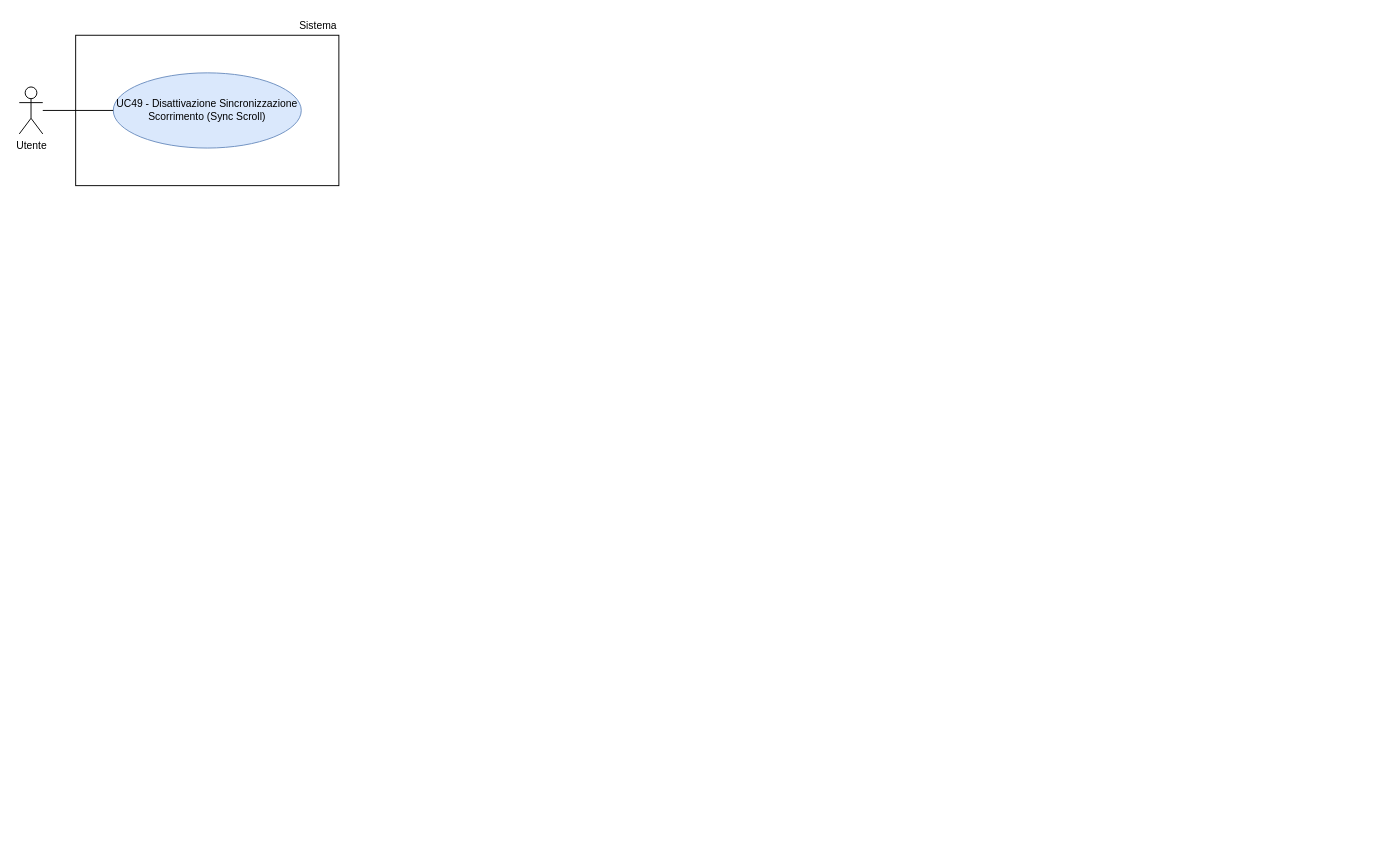
This is RTB/doc_esterna/analisi-dei-requisiti/assets/draw.io/UC49.drawio from thebitless-group-swe/thebitless.github.io, a draw.io file, before an edit. Source tidied: cells renumbered, new cells numbered last; positions are measured from the earlier drawing's top-left corner, leaving out a move shared by most shapes. Both pictures are drawn from the tidied source at 94%, with x=0, y=0 at pixel (19, 16).
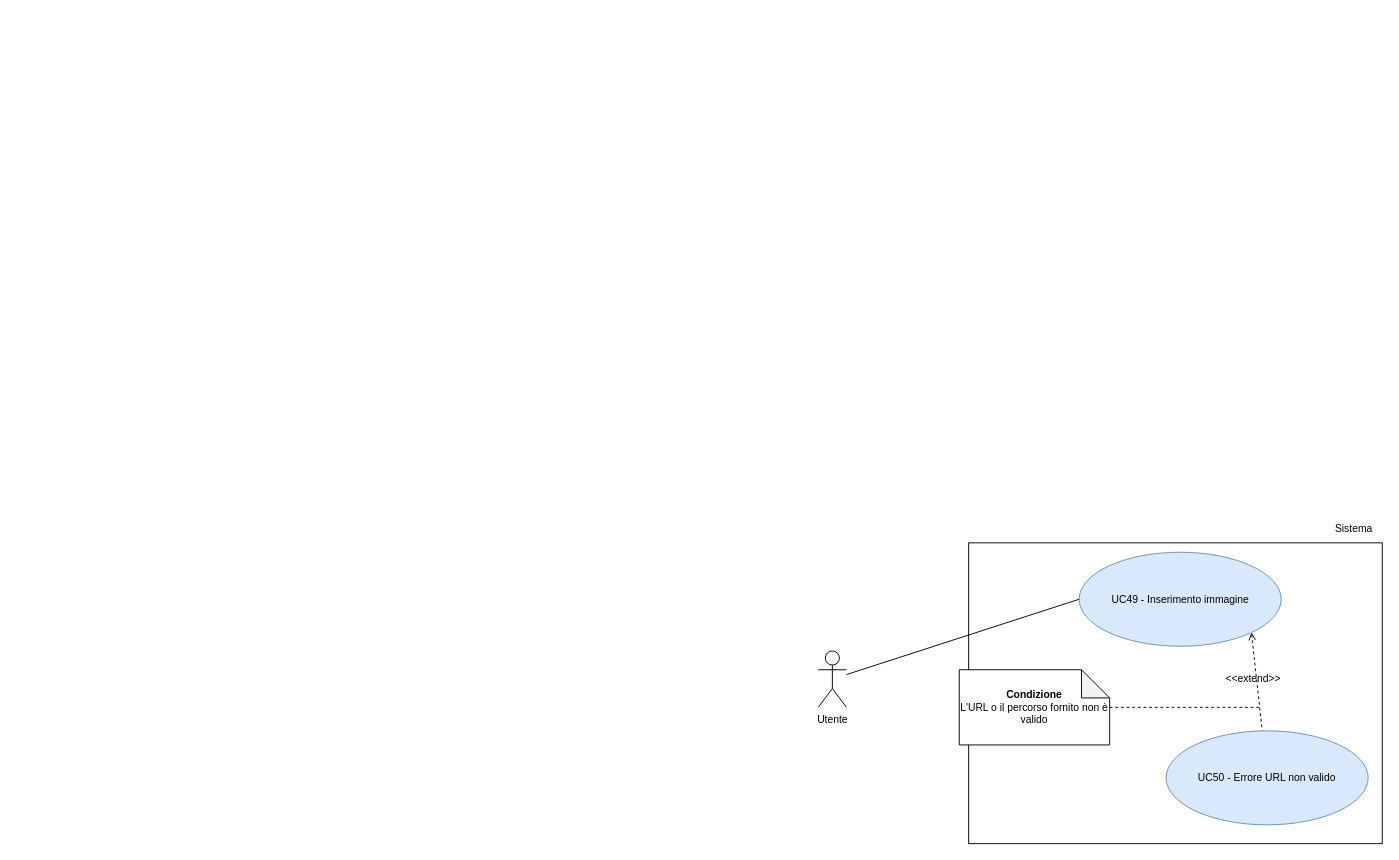
The same page after the edit.

Diff of the diagram source:
```diff
@@
 <mxGraphModel>
   <root>
     <mxCell id="0" />
     <mxCell id="1" parent="0" />
+    <mxCell id="7" style="rounded=0;whiteSpace=wrap;html=1;" parent="1" vertex="1">
+      <mxGeometry x="1010" y="560" width="440" height="320" as="geometry" />
+    </mxCell>
+    <mxCell id="8" style="rounded=0;jettySize=auto;html=1;exitX=1;exitY=1;exitDx=0;exitDy=0;dashed=1;startArrow=open;startFill=0;endArrow=none;endFill=0;" parent="1" edge="1" source="9" target="11">
+      <mxGeometry relative="1" as="geometry" />
+    </mxCell>
+    <mxCell id="9" value="UC49 - Inserimento immagine" style="ellipse;whiteSpace=wrap;html=1;fillColor=#dae8fc;strokeColor=#6c8ebf;fontSize=11;" parent="1" vertex="1">
+      <mxGeometry x="1127.5" y="570" width="215" height="100" as="geometry" />
+    </mxCell>
+    <mxCell id="10" style="rounded=0;jettySize=auto;html=1;endArrow=none;endFill=0;entryX=0;entryY=0.5;entryDx=0;entryDy=0;" parent="1" edge="1" source="2" target="9">
+      <mxGeometry relative="1" as="geometry" />
+    </mxCell>
     <mxCell id="2" value="Utente" style="shape=umlActor;verticalLabelPosition=bottom;verticalAlign=top;html=1;outlineConnect=0;fontSize=11;" parent="1" vertex="1">
-      <mxGeometry y="75" width="25" height="50" as="geometry" />
+      <mxGeometry x="850" y="675" width="30" height="60" as="geometry" />
     </mxCell>
-    <mxCell id="3" style="rounded=0;whiteSpace=wrap;html=1;strokeWidth=1;" parent="1" vertex="1">
-      <mxGeometry x="60" y="20" width="280" height="160" as="geometry" />
-    </mxCell>
-    <mxCell id="4" value="Sistema" style="text;html=1;whiteSpace=wrap;strokeColor=none;fillColor=none;align=right;verticalAlign=middle;fontSize=11;" parent="1" vertex="1">
-      <mxGeometry x="270" width="70" height="20" as="geometry" />
+    <mxCell id="4" value="Sistema" style="text;html=1;whiteSpace=wrap;strokeColor=none;fillColor=none;align=center;verticalAlign=middle;rounded=0;fontSize=11;" parent="1" vertex="1">
+      <mxGeometry x="1390" y="530" width="60" height="30" as="geometry" />
     </mxCell>
-    <mxCell id="5" value="UC49 - Disattivazione Sincronizzazione Scorrimento (Sync Scroll)" style="ellipse;whiteSpace=wrap;html=1;fillColor=#dae8fc;strokeColor=#6c8ebf;fontSize=11;" parent="1" vertex="1">
-      <mxGeometry x="100" y="60" width="200" height="80" as="geometry" />
-    </mxCell>
-    <mxCell id="6" style="edgeStyle=none;rounded=0;jettySize=auto;html=1;endArrow=none;endFill=0;" parent="1" edge="1" source="2" target="5">
-      <mxGeometry relative="1" as="geometry" />
-    </mxCell>
+    <mxCell id="11" value="UC50 - Errore URL non valido" style="ellipse;whiteSpace=wrap;html=1;fillColor=#dae8fc;strokeColor=#6c8ebf;fontSize=11;" parent="1" vertex="1">
+      <mxGeometry x="1220" y="760" width="215" height="100" as="geometry" />
+    </mxCell>
+    <mxCell id="12" style="edgeStyle=orthogonalEdgeStyle;rounded=0;jettySize=auto;html=1;endArrow=none;endFill=0;dashed=1;" parent="1" edge="1" source="13">
+      <mxGeometry relative="1" as="geometry">
+        <mxPoint x="1320" y="735" as="targetPoint" />
+      </mxGeometry>
+    </mxCell>
+    <mxCell id="13" value="&lt;b&gt;Condizione&lt;/b&gt;&lt;div&gt;L'URL o il percorso fornito non è valido&lt;/div&gt;" style="shape=note;whiteSpace=wrap;html=1;backgroundOutline=1;darkOpacity=0.05;fontSize=11;" parent="1" vertex="1">
+      <mxGeometry x="1000" y="695" width="160" height="80" as="geometry" />
+    </mxCell>
+    <mxCell id="14" value="&amp;lt;&amp;lt;extend&amp;gt;&amp;gt;" style="text;html=1;whiteSpace=wrap;strokeColor=none;fillColor=none;align=center;verticalAlign=middle;rounded=0;fontSize=11;" parent="1" vertex="1">
+      <mxGeometry x="1277.5" y="690" width="70" height="30" as="geometry" />
+    </mxCell>
   </root>
 </mxGraphModel>
```
